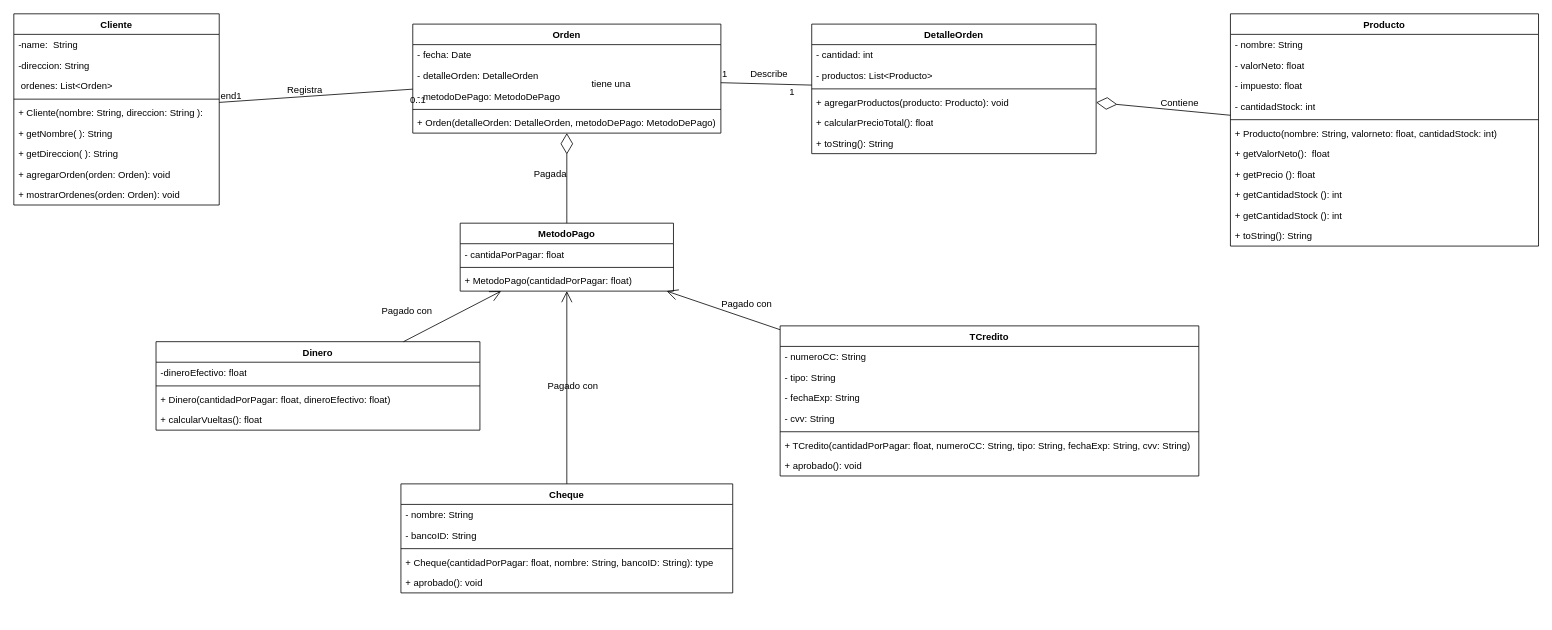
Above: ModeloTienda-sinGRASP.drawio in JosehpCR/DiagramasUML (draw.io), before the change. Source tidied: cells renumbered, new cells numbered last; positions are measured from the earlier drawing's top-left corner, leaving out a move shared by most shapes. Both pictures are drawn from the tidied source at 79%, with x=0, y=0 at pixel (13, 13).
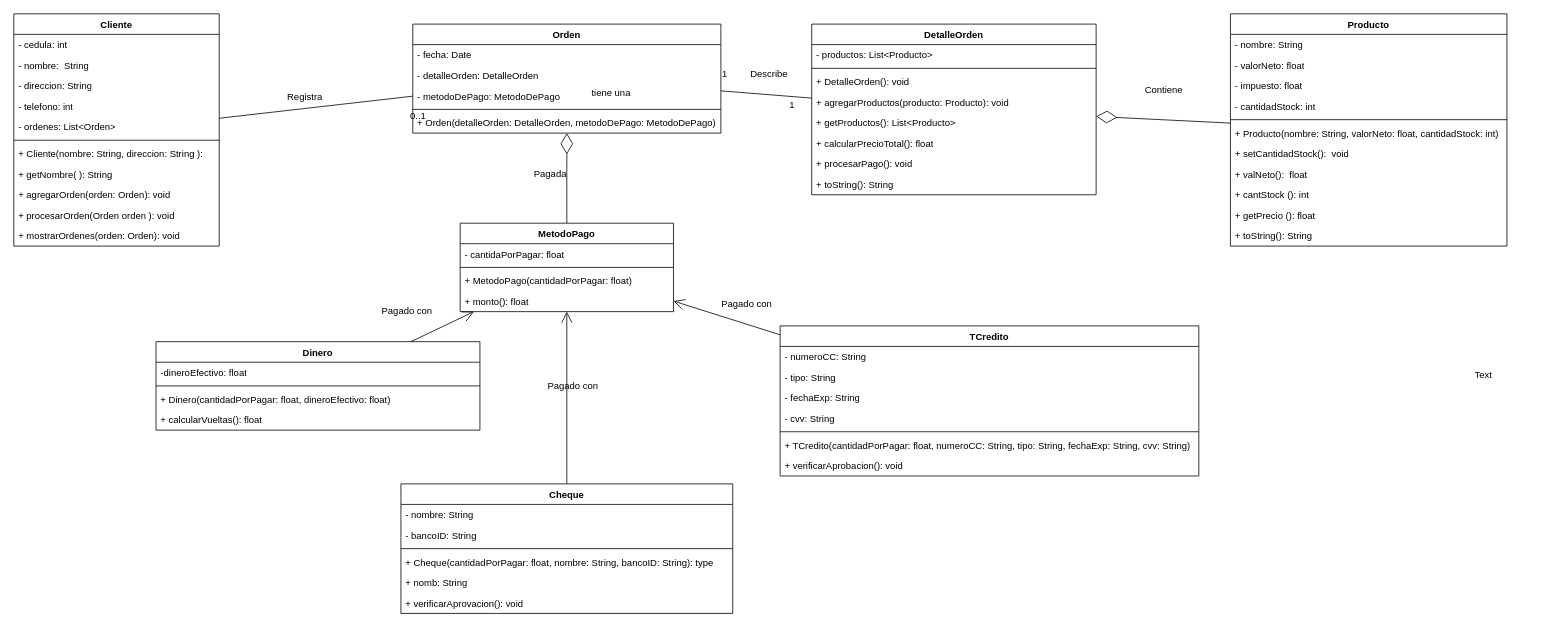
The same page after the edit.

Unchanged cells that the change refers to:
```xml
<mxCell id="24" value="TCredito" style="swimlane;fontStyle=1;align=center;verticalAlign=top;horizontal=1;startSize=26;whiteSpace=wrap;html=1;" parent="1" vertex="1">
  <mxGeometry x="970" y="395" width="530" height="190" as="geometry" />
</mxCell>
<mxCell id="65" style="endArrow=none;html=1;rounded=0;align=center;verticalAlign=top;endFill=0;labelBackgroundColor=none;" parent="1" edge="1" source="2" target="50">
  <mxGeometry relative="1" as="geometry" />
</mxCell>
```

What changed in the source:
```diff
@@
     <mxCell id="2" value="Cliente" style="swimlane;fontStyle=1;align=center;verticalAlign=top;horizontal=1;startSize=26;whiteSpace=wrap;html=1;" parent="1" vertex="1">
-      <mxGeometry width="260" height="242" as="geometry" />
+      <mxGeometry width="260" height="294" as="geometry" />
     </mxCell>
+    <mxCell id="79" value="- cedula: int" style="text;strokeColor=none;fillColor=none;align=left;verticalAlign=top;spacingLeft=4;spacingRight=4;overflow=hidden;whiteSpace=wrap;html=1;" parent="2" vertex="1">
+      <mxGeometry y="26" width="260" height="26" as="geometry" />
+    </mxCell>
-    <mxCell id="3" value="-name:&amp;nbsp; String" style="text;strokeColor=none;fillColor=none;align=left;verticalAlign=top;spacingLeft=4;spacingRight=4;overflow=hidden;whiteSpace=wrap;html=1;" parent="2" vertex="1">
-      <mxGeometry y="26" width="260" height="26" as="geometry" />
+    <mxCell id="3" value="- nombre:&amp;nbsp; String" style="text;strokeColor=none;fillColor=none;align=left;verticalAlign=top;spacingLeft=4;spacingRight=4;overflow=hidden;whiteSpace=wrap;html=1;" parent="2" vertex="1">
+      <mxGeometry y="52" width="260" height="26" as="geometry" />
     </mxCell>
-    <mxCell id="4" value="-direccion: String" style="text;strokeColor=none;fillColor=none;align=left;verticalAlign=top;spacingLeft=4;spacingRight=4;overflow=hidden;whiteSpace=wrap;html=1;" parent="2" vertex="1">
-      <mxGeometry y="52" width="260" height="26" as="geometry" />
+    <mxCell id="4" value="- direccion: String" style="text;strokeColor=none;fillColor=none;align=left;verticalAlign=top;spacingLeft=4;spacingRight=4;overflow=hidden;whiteSpace=wrap;html=1;" parent="2" vertex="1">
+      <mxGeometry y="78" width="260" height="26" as="geometry" />
     </mxCell>
+    <mxCell id="80" value="- telefono: int" style="text;strokeColor=none;fillColor=none;align=left;verticalAlign=top;spacingLeft=4;spacingRight=4;overflow=hidden;whiteSpace=wrap;html=1;" parent="2" vertex="1">
+      <mxGeometry y="104" width="260" height="26" as="geometry" />
+    </mxCell>
-    <mxCell id="5" value="&amp;nbsp;ordenes: List&amp;lt;Orden&amp;gt;" style="text;strokeColor=none;fillColor=none;align=left;verticalAlign=top;spacingLeft=4;spacingRight=4;overflow=hidden;whiteSpace=wrap;html=1;" parent="2" vertex="1">
-      <mxGeometry y="78" width="260" height="26" as="geometry" />
+    <mxCell id="5" value="- ordenes: List&amp;lt;Orden&amp;gt;" style="text;strokeColor=none;fillColor=none;align=left;verticalAlign=top;spacingLeft=4;spacingRight=4;overflow=hidden;whiteSpace=wrap;html=1;" parent="2" vertex="1">
+      <mxGeometry y="130" width="260" height="26" as="geometry" />
     </mxCell>
     <mxCell id="6" style="line;strokeWidth=1;fillColor=none;align=left;verticalAlign=middle;spacingTop=-1;spacingLeft=3;spacingRight=3;labelPosition=right;strokeColor=inherit;" parent="2" vertex="1">
-      <mxGeometry y="104" width="260" height="8" as="geometry" />
+      <mxGeometry y="156" width="260" height="8" as="geometry" />
     </mxCell>
     <mxCell id="7" value="+ Cliente(nombre: String, direccion: String ):&amp;nbsp;" style="text;strokeColor=none;fillColor=none;align=left;verticalAlign=top;spacingLeft=4;spacingRight=4;overflow=hidden;whiteSpace=wrap;html=1;" parent="2" vertex="1">
-      <mxGeometry y="112" width="260" height="26" as="geometry" />
+      <mxGeometry y="164" width="260" height="26" as="geometry" />
     </mxCell>
     <mxCell id="8" value="+ getNombre( ): String&amp;nbsp;" style="text;strokeColor=none;fillColor=none;align=left;verticalAlign=top;spacingLeft=4;spacingRight=4;overflow=hidden;whiteSpace=wrap;html=1;" parent="2" vertex="1">
-      <mxGeometry y="138" width="260" height="26" as="geometry" />
+      <mxGeometry y="190" width="260" height="26" as="geometry" />
     </mxCell>
+    <mxCell id="10" value="+ agregarOrden(orden: Orden): void&amp;nbsp;" style="text;strokeColor=none;fillColor=none;align=left;verticalAlign=top;spacingLeft=4;spacingRight=4;overflow=hidden;whiteSpace=wrap;html=1;" parent="2" vertex="1">
+      <mxGeometry y="216" width="260" height="26" as="geometry" />
+    </mxCell>
-    <mxCell id="9" value="+ getDireccion( ): String&amp;nbsp;" style="text;strokeColor=none;fillColor=none;align=left;verticalAlign=top;spacingLeft=4;spacingRight=4;overflow=hidden;whiteSpace=wrap;html=1;" parent="2" vertex="1">
-      <mxGeometry y="164" width="260" height="26" as="geometry" />
+    <mxCell id="9" value="+ procesarOrden(Orden orden ): void" style="text;strokeColor=none;fillColor=none;align=left;verticalAlign=top;spacingLeft=4;spacingRight=4;overflow=hidden;whiteSpace=wrap;html=1;" parent="2" vertex="1">
+      <mxGeometry y="242" width="260" height="26" as="geometry" />
     </mxCell>
-    <mxCell id="10" value="+ agregarOrden(orden: Orden): void&amp;nbsp;" style="text;strokeColor=none;fillColor=none;align=left;verticalAlign=top;spacingLeft=4;spacingRight=4;overflow=hidden;whiteSpace=wrap;html=1;" parent="2" vertex="1">
-      <mxGeometry y="190" width="260" height="26" as="geometry" />
-    </mxCell>
     <mxCell id="11" value="+ mostrarOrdenes(orden: Orden): void&amp;nbsp;" style="text;strokeColor=none;fillColor=none;align=left;verticalAlign=top;spacingLeft=4;spacingRight=4;overflow=hidden;whiteSpace=wrap;html=1;" parent="2" vertex="1">
-      <mxGeometry y="216" width="260" height="26" as="geometry" />
+      <mxGeometry y="268" width="260" height="26" as="geometry" />
     </mxCell>
@@
     <mxCell id="17" value="DetalleOrden" style="swimlane;fontStyle=1;align=center;verticalAlign=top;horizontal=1;startSize=26;whiteSpace=wrap;html=1;" parent="1" vertex="1">
-      <mxGeometry x="1010" y="13" width="360" height="164" as="geometry" />
+      <mxGeometry x="1010" y="13" width="360" height="216" as="geometry" />
     </mxCell>
-    <mxCell id="18" value="- cantidad: int" style="text;strokeColor=none;fillColor=none;align=left;verticalAlign=top;spacingLeft=4;spacingRight=4;overflow=hidden;whiteSpace=wrap;html=1;" parent="17" vertex="1">
-      <mxGeometry y="26" width="360" height="26" as="geometry" />
-    </mxCell>
     <mxCell id="19" value="- productos: List&amp;lt;Producto&amp;gt;" style="text;strokeColor=none;fillColor=none;align=left;verticalAlign=top;spacingLeft=4;spacingRight=4;overflow=hidden;whiteSpace=wrap;html=1;" parent="17" vertex="1">
-      <mxGeometry y="52" width="360" height="26" as="geometry" />
+      <mxGeometry y="26" width="360" height="26" as="geometry" />
     </mxCell>
     <mxCell id="20" style="line;strokeWidth=1;fillColor=none;align=left;verticalAlign=middle;spacingTop=-1;spacingLeft=3;spacingRight=3;labelPosition=right;strokeColor=inherit;" parent="17" vertex="1">
-      <mxGeometry y="78" width="360" height="8" as="geometry" />
+      <mxGeometry y="52" width="360" height="8" as="geometry" />
     </mxCell>
+    <mxCell id="81" value="+ DetalleOrden(): void" style="text;strokeColor=none;fillColor=none;align=left;verticalAlign=top;spacingLeft=4;spacingRight=4;overflow=hidden;whiteSpace=wrap;html=1;" parent="17" vertex="1">
+      <mxGeometry y="60" width="360" height="26" as="geometry" />
+    </mxCell>
@@
-    <mxCell id="22" value="+ calcularPrecioTotal(): float" style="text;strokeColor=none;fillColor=none;align=left;verticalAlign=top;spacingLeft=4;spacingRight=4;overflow=hidden;whiteSpace=wrap;html=1;" parent="17" vertex="1">
+    <mxCell id="22" value="+ getProductos(): List&amp;lt;Producto&amp;gt;" style="text;strokeColor=none;fillColor=none;align=left;verticalAlign=top;spacingLeft=4;spacingRight=4;overflow=hidden;whiteSpace=wrap;html=1;" parent="17" vertex="1">
       <mxGeometry y="112" width="360" height="26" as="geometry" />
     </mxCell>
+    <mxCell id="82" value="+ calcularPrecioTotal(): float" style="text;strokeColor=none;fillColor=none;align=left;verticalAlign=top;spacingLeft=4;spacingRight=4;overflow=hidden;whiteSpace=wrap;html=1;" parent="17" vertex="1">
+      <mxGeometry y="138" width="360" height="26" as="geometry" />
+    </mxCell>
+    <mxCell id="83" value="+ procesarPago(): void" style="text;strokeColor=none;fillColor=none;align=left;verticalAlign=top;spacingLeft=4;spacingRight=4;overflow=hidden;whiteSpace=wrap;html=1;" parent="17" vertex="1">
+      <mxGeometry y="164" width="360" height="26" as="geometry" />
+    </mxCell>
     <mxCell id="23" value="+ toString(): String" style="text;strokeColor=none;fillColor=none;align=left;verticalAlign=top;spacingLeft=4;spacingRight=4;overflow=hidden;whiteSpace=wrap;html=1;" parent="17" vertex="1">
-      <mxGeometry y="138" width="360" height="26" as="geometry" />
+      <mxGeometry y="190" width="360" height="26" as="geometry" />
     </mxCell>
@@
-    <mxCell id="31" value="+ aprobado(): void" style="text;strokeColor=none;fillColor=none;align=left;verticalAlign=top;spacingLeft=4;spacingRight=4;overflow=hidden;whiteSpace=wrap;html=1;" parent="24" vertex="1">
+    <mxCell id="31" value="+ verificarAprobacion(): void" style="text;strokeColor=none;fillColor=none;align=left;verticalAlign=top;spacingLeft=4;spacingRight=4;overflow=hidden;whiteSpace=wrap;html=1;" parent="24" vertex="1">
       <mxGeometry y="164" width="530" height="26" as="geometry" />
     </mxCell>
     <mxCell id="32" value="Cheque" style="swimlane;fontStyle=1;align=center;verticalAlign=top;horizontal=1;startSize=26;whiteSpace=wrap;html=1;" parent="1" vertex="1">
-      <mxGeometry x="490" y="595" width="420" height="138" as="geometry" />
+      <mxGeometry x="490" y="595" width="420" height="164" as="geometry" />
     </mxCell>
@@
-    <mxCell id="37" value="+ aprobado(): void" style="text;strokeColor=none;fillColor=none;align=left;verticalAlign=top;spacingLeft=4;spacingRight=4;overflow=hidden;whiteSpace=wrap;html=1;" parent="32" vertex="1">
+    <mxCell id="37" value="+ nomb: String" style="text;strokeColor=none;fillColor=none;align=left;verticalAlign=top;spacingLeft=4;spacingRight=4;overflow=hidden;whiteSpace=wrap;html=1;" parent="32" vertex="1">
       <mxGeometry y="112" width="420" height="26" as="geometry" />
     </mxCell>
+    <mxCell id="84" value="+ verificarAprovacion(): void" style="text;strokeColor=none;fillColor=none;align=left;verticalAlign=top;spacingLeft=4;spacingRight=4;overflow=hidden;whiteSpace=wrap;html=1;" parent="32" vertex="1">
+      <mxGeometry y="138" width="420" height="26" as="geometry" />
+    </mxCell>
     <mxCell id="38" value="Producto" style="swimlane;fontStyle=1;align=center;verticalAlign=top;horizontal=1;startSize=26;whiteSpace=wrap;html=1;" parent="1" vertex="1">
-      <mxGeometry x="1540" width="390" height="294" as="geometry" />
+      <mxGeometry x="1540" width="350" height="294" as="geometry" />
     </mxCell>
     <mxCell id="39" value="- nombre: String" style="text;strokeColor=none;fillColor=none;align=left;verticalAlign=top;spacingLeft=4;spacingRight=4;overflow=hidden;whiteSpace=wrap;html=1;" parent="38" vertex="1">
-      <mxGeometry y="26" width="390" height="26" as="geometry" />
+      <mxGeometry y="26" width="350" height="26" as="geometry" />
     </mxCell>
     <mxCell id="40" value="- valorNeto: float" style="text;strokeColor=none;fillColor=none;align=left;verticalAlign=top;spacingLeft=4;spacingRight=4;overflow=hidden;whiteSpace=wrap;html=1;" parent="38" vertex="1">
-      <mxGeometry y="52" width="390" height="26" as="geometry" />
+      <mxGeometry y="52" width="350" height="26" as="geometry" />
     </mxCell>
     <mxCell id="41" value="- impuesto: float" style="text;strokeColor=none;fillColor=none;align=left;verticalAlign=top;spacingLeft=4;spacingRight=4;overflow=hidden;whiteSpace=wrap;html=1;" parent="38" vertex="1">
-      <mxGeometry y="78" width="390" height="26" as="geometry" />
+      <mxGeometry y="78" width="350" height="26" as="geometry" />
     </mxCell>
     <mxCell id="42" value="- cantidadStock: int" style="text;strokeColor=none;fillColor=none;align=left;verticalAlign=top;spacingLeft=4;spacingRight=4;overflow=hidden;whiteSpace=wrap;html=1;" parent="38" vertex="1">
-      <mxGeometry y="104" width="390" height="26" as="geometry" />
+      <mxGeometry y="104" width="350" height="26" as="geometry" />
     </mxCell>
     <mxCell id="43" style="line;strokeWidth=1;fillColor=none;align=left;verticalAlign=middle;spacingTop=-1;spacingLeft=3;spacingRight=3;labelPosition=right;strokeColor=inherit;" parent="38" vertex="1">
-      <mxGeometry y="130" width="390" height="8" as="geometry" />
+      <mxGeometry y="130" width="350" height="8" as="geometry" />
     </mxCell>
-    <mxCell id="44" value="+ Producto(nombre: String, valorneto: float, cantidadStock: int)" style="text;strokeColor=none;fillColor=none;align=left;verticalAlign=top;spacingLeft=4;spacingRight=4;overflow=hidden;whiteSpace=wrap;html=1;" parent="38" vertex="1">
-      <mxGeometry y="138" width="390" height="26" as="geometry" />
+    <mxCell id="44" value="+ Producto(nombre: String, valorNeto: float, cantidadStock: int)" style="text;strokeColor=none;fillColor=none;align=left;verticalAlign=top;spacingLeft=4;spacingRight=4;overflow=hidden;whiteSpace=wrap;html=1;" parent="38" vertex="1">
+      <mxGeometry y="138" width="350" height="26" as="geometry" />
     </mxCell>
-    <mxCell id="45" value="+ getValorNeto():&amp;nbsp; float" style="text;strokeColor=none;fillColor=none;align=left;verticalAlign=top;spacingLeft=4;spacingRight=4;overflow=hidden;whiteSpace=wrap;html=1;" parent="38" vertex="1">
-      <mxGeometry y="164" width="390" height="26" as="geometry" />
+    <mxCell id="45" value="+ setCantidadStock():&amp;nbsp; void" style="text;strokeColor=none;fillColor=none;align=left;verticalAlign=top;spacingLeft=4;spacingRight=4;overflow=hidden;whiteSpace=wrap;html=1;" parent="38" vertex="1">
+      <mxGeometry y="164" width="350" height="26" as="geometry" />
     </mxCell>
+    <mxCell id="85" value="+ valNeto():&amp;nbsp; float" style="text;strokeColor=none;fillColor=none;align=left;verticalAlign=top;spacingLeft=4;spacingRight=4;overflow=hidden;whiteSpace=wrap;html=1;" parent="38" vertex="1">
+      <mxGeometry y="190" width="350" height="26" as="geometry" />
+    </mxCell>
+    <mxCell id="47" value="+ cantStock (): int" style="text;strokeColor=none;fillColor=none;align=left;verticalAlign=top;spacingLeft=4;spacingRight=4;overflow=hidden;whiteSpace=wrap;html=1;" parent="38" vertex="1">
+      <mxGeometry y="216" width="350" height="26" as="geometry" />
+    </mxCell>
     <mxCell id="46" value="+ getPrecio (): float" style="text;strokeColor=none;fillColor=none;align=left;verticalAlign=top;spacingLeft=4;spacingRight=4;overflow=hidden;whiteSpace=wrap;html=1;" parent="38" vertex="1">
-      <mxGeometry y="190" width="390" height="26" as="geometry" />
+      <mxGeometry y="242" width="350" height="26" as="geometry" />
     </mxCell>
-    <mxCell id="47" value="+ getCantidadStock (): int" style="text;strokeColor=none;fillColor=none;align=left;verticalAlign=top;spacingLeft=4;spacingRight=4;overflow=hidden;whiteSpace=wrap;html=1;" parent="38" vertex="1">
-      <mxGeometry y="216" width="390" height="26" as="geometry" />
-    </mxCell>
-    <mxCell id="48" value="+ getCantidadStock (): int" style="text;strokeColor=none;fillColor=none;align=left;verticalAlign=top;spacingLeft=4;spacingRight=4;overflow=hidden;whiteSpace=wrap;html=1;" parent="38" vertex="1">
-      <mxGeometry y="242" width="390" height="26" as="geometry" />
-    </mxCell>
     <mxCell id="49" value="+ toString(): String" style="text;strokeColor=none;fillColor=none;align=left;verticalAlign=top;spacingLeft=4;spacingRight=4;overflow=hidden;whiteSpace=wrap;html=1;" parent="38" vertex="1">
-      <mxGeometry y="268" width="390" height="26" as="geometry" />
+      <mxGeometry y="268" width="350" height="26" as="geometry" />
     </mxCell>
@@
     <mxCell id="59" value="MetodoPago" style="swimlane;fontStyle=1;align=center;verticalAlign=top;horizontal=1;startSize=26;whiteSpace=wrap;html=1;" parent="1" vertex="1">
-      <mxGeometry x="565" y="265" width="270" height="86" as="geometry" />
+      <mxGeometry x="565" y="265" width="270" height="112" as="geometry" />
     </mxCell>
@@
+    <mxCell id="86" value="+ monto(): float" style="text;strokeColor=none;fillColor=none;align=left;verticalAlign=top;spacingLeft=4;spacingRight=4;overflow=hidden;whiteSpace=wrap;html=1;" parent="59" vertex="1">
+      <mxGeometry y="86" width="270" height="26" as="geometry" />
+    </mxCell>
@@
-    <mxCell id="66" value="end1" style="html=1;align=left;verticalAlign=bottom;labelBackgroundColor=none;" parent="65" vertex="1">
-      <mxGeometry x="-1" relative="1" as="geometry" />
-    </mxCell>
@@
     <mxCell id="77" value="Contiene" style="html=1;align=right;verticalAlign=bottom;labelBackgroundColor=none;" parent="1" vertex="1">
-      <mxGeometry x="1500" y="121" as="geometry" />
+      <mxGeometry x="1480" y="105" as="geometry" />
     </mxCell>
@@
+    <mxCell id="87" value="Text" style="text;html=1;align=center;verticalAlign=middle;strokeColor=none;fillColor=none;" parent="1" vertex="1">
+      <mxGeometry x="1835" y="443" width="50" height="30" as="geometry" />
+    </mxCell>
```
